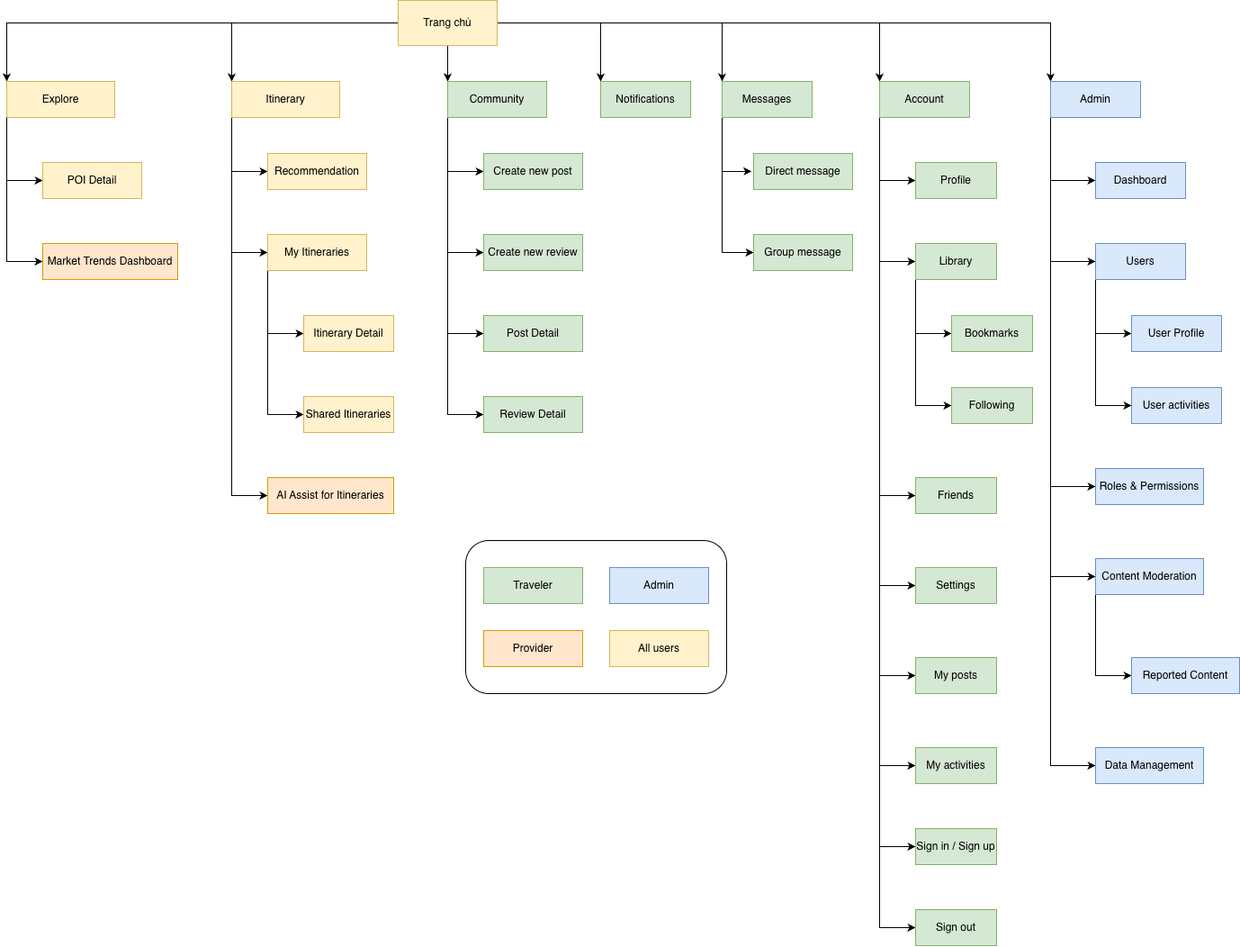
This is Images/7. System Design/Sitemap.png from TravelEZ-2025-2026/DACN-Report-LaTex, a draw.io export, as it was before one commit. Source tidied: cells renumbered, new cells last; positions are measured from the earlier drawing's top-left corner, leaving out a move shared by most shapes.
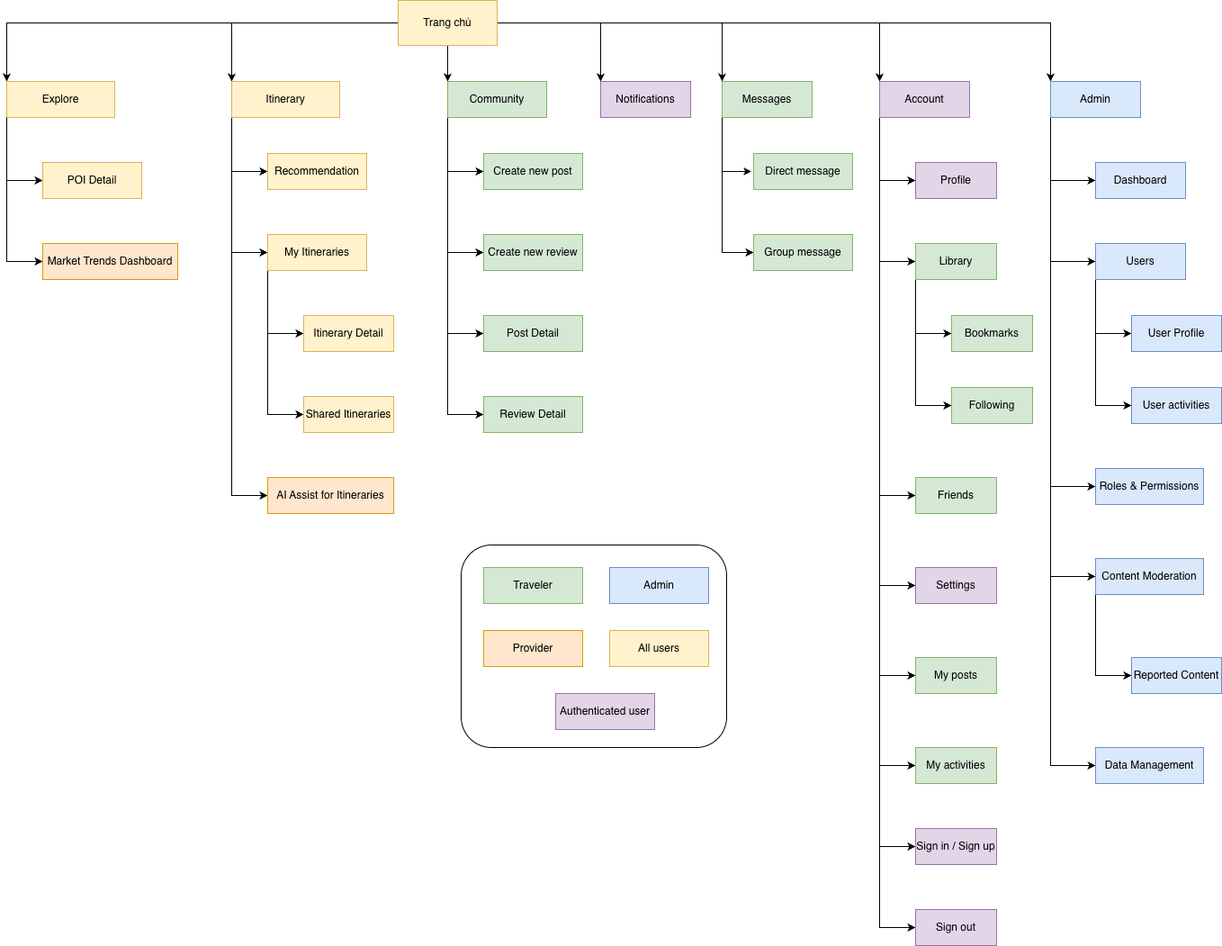
After the change.

Commit message:
[doc] update sitemap design

Diff of the diagram source:
```diff
@@ -173,10 +173,10 @@
         </Array>
       </mxGeometry>
     </mxCell>
-    <mxCell id="40" value="Account" style="html=1;whiteSpace=wrap;fillColor=#d5e8d4;strokeColor=#82b366;" parent="1" vertex="1">
+    <mxCell id="40" value="Account" style="html=1;whiteSpace=wrap;fillColor=#e1d5e7;strokeColor=#9673a6;" parent="1" vertex="1">
       <mxGeometry x="970" y="90" width="100" height="40" as="geometry" />
     </mxCell>
-    <mxCell id="41" value="Profile" style="html=1;whiteSpace=wrap;fillColor=#d5e8d4;strokeColor=#82b366;" parent="1" vertex="1">
+    <mxCell id="41" value="Profile" style="html=1;whiteSpace=wrap;fillColor=#e1d5e7;strokeColor=#9673a6;" parent="1" vertex="1">
       <mxGeometry x="1010" y="180" width="90" height="40" as="geometry" />
     </mxCell>
     <mxCell id="42" style="edgeStyle=orthogonalEdgeStyle;rounded=0;jettySize=auto;html=1;entryX=0;entryY=0.5;entryDx=0;entryDy=0;" parent="1" edge="1" source="44" target="45">
@@ -202,7 +202,7 @@
     <mxCell id="46" value="Following" style="html=1;whiteSpace=wrap;fillColor=#d5e8d4;strokeColor=#82b366;" parent="1" vertex="1">
       <mxGeometry x="1050" y="430" width="90" height="40" as="geometry" />
     </mxCell>
-    <mxCell id="47" value="Settings" style="html=1;whiteSpace=wrap;fillColor=#d5e8d4;strokeColor=#82b366;" parent="1" vertex="1">
+    <mxCell id="47" value="Settings" style="html=1;whiteSpace=wrap;fillColor=#e1d5e7;strokeColor=#9673a6;" parent="1" vertex="1">
       <mxGeometry x="1010" y="630" width="90" height="40" as="geometry" />
     </mxCell>
     <mxCell id="48" style="edgeStyle=orthogonalEdgeStyle;rounded=0;jettySize=auto;html=1;entryX=-0.021;entryY=0.49;entryDx=0;entryDy=0;entryPerimeter=0;" parent="1" edge="1" target="51">
@@ -231,7 +231,7 @@
     <mxCell id="52" value="Group message" style="html=1;whiteSpace=wrap;fillColor=#d5e8d4;strokeColor=#82b366;" parent="1" vertex="1">
       <mxGeometry x="830" y="260" width="110" height="40" as="geometry" />
     </mxCell>
-    <mxCell id="53" value="Notifications" style="html=1;whiteSpace=wrap;fillColor=#d5e8d4;strokeColor=#82b366;" parent="1" vertex="1">
+    <mxCell id="53" value="Notifications" style="html=1;whiteSpace=wrap;fillColor=#e1d5e7;strokeColor=#9673a6;" parent="1" vertex="1">
       <mxGeometry x="660" y="90" width="100" height="40" as="geometry" />
     </mxCell>
     <mxCell id="54" style="edgeStyle=orthogonalEdgeStyle;rounded=0;jettySize=auto;html=1;entryX=0;entryY=0.5;entryDx=0;entryDy=0;exitX=0;exitY=1;exitDx=0;exitDy=0;" parent="1" edge="1" source="60" target="61">
@@ -319,7 +319,7 @@
       <mxGeometry x="1210" y="620" width="120" height="40" as="geometry" />
     </mxCell>
     <mxCell id="75" value="Reported Content" style="html=1;whiteSpace=wrap;fillColor=#dae8fc;strokeColor=#6c8ebf;" parent="1" vertex="1">
-      <mxGeometry x="1250" y="730" width="120" height="40" as="geometry" />
+      <mxGeometry x="1250" y="730" width="100" height="40" as="geometry" />
     </mxCell>
     <mxCell id="76" value="Data Management" style="html=1;whiteSpace=wrap;fillColor=#dae8fc;strokeColor=#6c8ebf;" parent="1" vertex="1">
       <mxGeometry x="1210" y="830" width="120" height="40" as="geometry" />
@@ -337,13 +337,16 @@
       <mxGeometry x="670" y="700" width="110" height="40" as="geometry" />
     </mxCell>
     <mxCell id="81" style="rounded=1;whiteSpace=wrap;html=1;fillColor=none;" parent="1" vertex="1">
-      <mxGeometry x="510" y="600" width="290" height="170" as="geometry" />
+      <mxGeometry x="505" y="605" width="295" height="225" as="geometry" />
     </mxCell>
-    <mxCell id="82" value="Sign in / Sign up" style="html=1;whiteSpace=wrap;fillColor=#d5e8d4;strokeColor=#82b366;" parent="1" vertex="1">
+    <mxCell id="82" value="Sign in / Sign up" style="html=1;whiteSpace=wrap;fillColor=#e1d5e7;strokeColor=#9673a6;" parent="1" vertex="1">
       <mxGeometry x="1010" y="920" width="90" height="40" as="geometry" />
     </mxCell>
-    <mxCell id="83" value="Sign out" style="html=1;whiteSpace=wrap;fillColor=#d5e8d4;strokeColor=#82b366;" parent="1" vertex="1">
+    <mxCell id="83" value="Sign out" style="html=1;whiteSpace=wrap;fillColor=#e1d5e7;strokeColor=#9673a6;" parent="1" vertex="1">
       <mxGeometry x="1010" y="1010" width="90" height="40" as="geometry" />
     </mxCell>
+    <mxCell id="84" value="Authenticated user" style="html=1;whiteSpace=wrap;fillColor=#e1d5e7;strokeColor=#9673a6;" parent="1" vertex="1">
+      <mxGeometry x="610" y="770" width="110" height="40" as="geometry" />
+    </mxCell>
   </root>
 </mxGraphModel>
```
